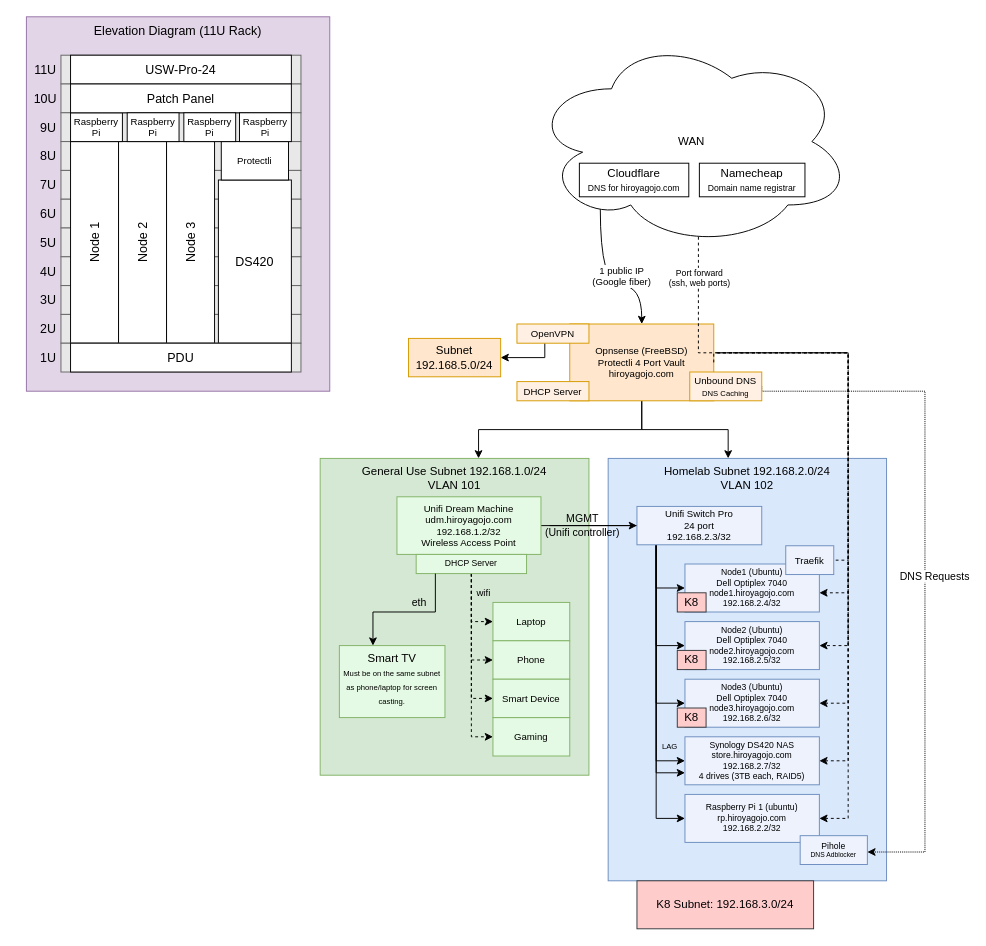
Before: homelab.drawio in HiDoYa/homelab, a draw.io diagram. Source tidied: cells renumbered, new cells numbered last; positions are measured from the earlier drawing's top-left corner, leaving out a move shared by most shapes. Both pictures are drawn from the tidied source at 96%, with x=0, y=0 at pixel (16, 16).
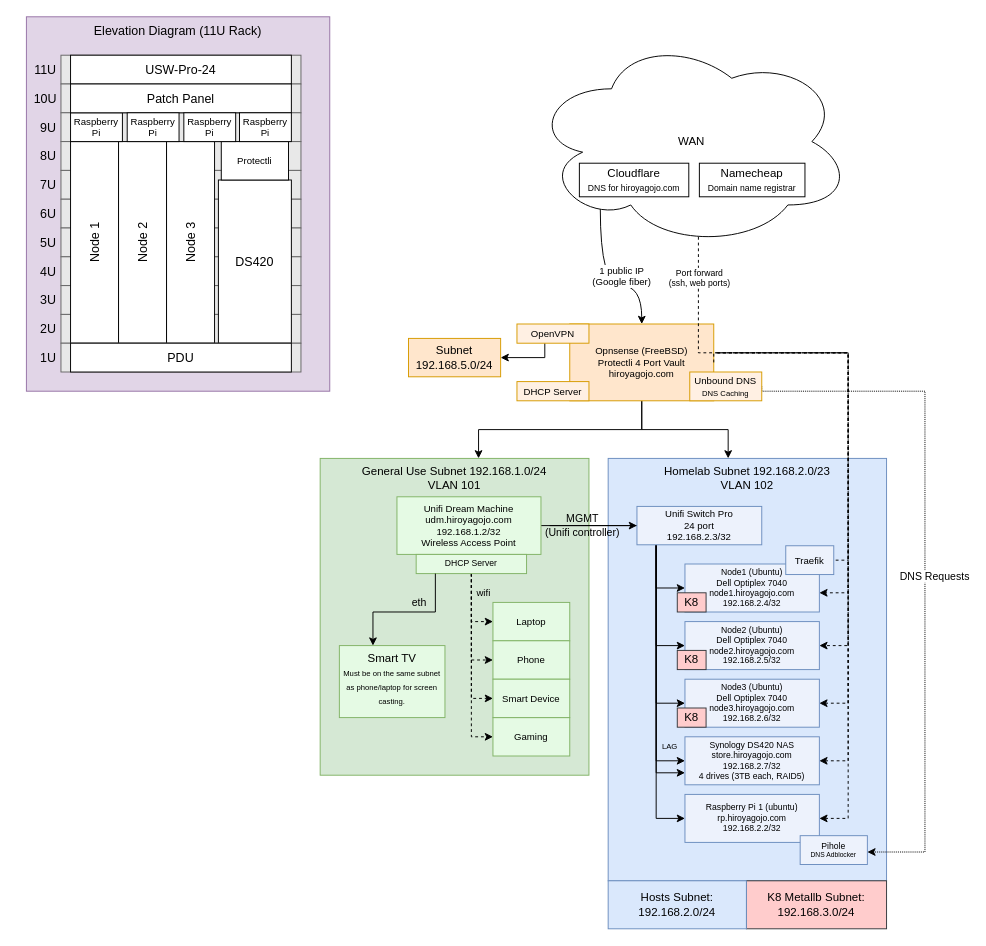
After the change.

Commit message (it also covers changes not shown here):
Update homelab diagram

What changed in the source:
```diff
@@
-    <mxCell id="17" value="Homelab Subnet 192.168.2.0/24&lt;br&gt;VLAN 102" style="rounded=0;whiteSpace=wrap;html=1;verticalAlign=top;fillColor=#dae8fc;strokeColor=#6c8ebf;" parent="1" vertex="1">
+    <mxCell id="17" value="Homelab Subnet 192.168.2.0/23&lt;br&gt;VLAN 102" style="rounded=0;whiteSpace=wrap;html=1;verticalAlign=top;fillColor=#dae8fc;strokeColor=#6c8ebf;" parent="1" vertex="1">
       <mxGeometry x="616" y="460" width="290" height="440" as="geometry" />
     </mxCell>
@@
-    <mxCell id="91" value="K8 Subnet: 192.168.3.0/24" style="rounded=0;whiteSpace=wrap;html=1;strokeColor=#36393d;fontSize=12;fillColor=#ffcccc;" parent="1" vertex="1">
-      <mxGeometry x="646" y="900" width="184" height="50" as="geometry" />
+    <mxCell id="91" value="K8 Metallb Subnet:&lt;br&gt;192.168.3.0/24" style="rounded=0;whiteSpace=wrap;html=1;strokeColor=#36393d;fontSize=12;fillColor=#ffcccc;" parent="1" vertex="1">
+      <mxGeometry x="760" y="900" width="146" height="50" as="geometry" />
     </mxCell>
+    <mxCell id="92" value="Hosts Subnet: 192.168.2.0/24" style="rounded=0;whiteSpace=wrap;html=1;strokeColor=#6c8ebf;fontSize=12;fillColor=#dae8fc;" parent="1" vertex="1">
+      <mxGeometry x="616" y="900" width="144" height="50" as="geometry" />
+    </mxCell>
```
